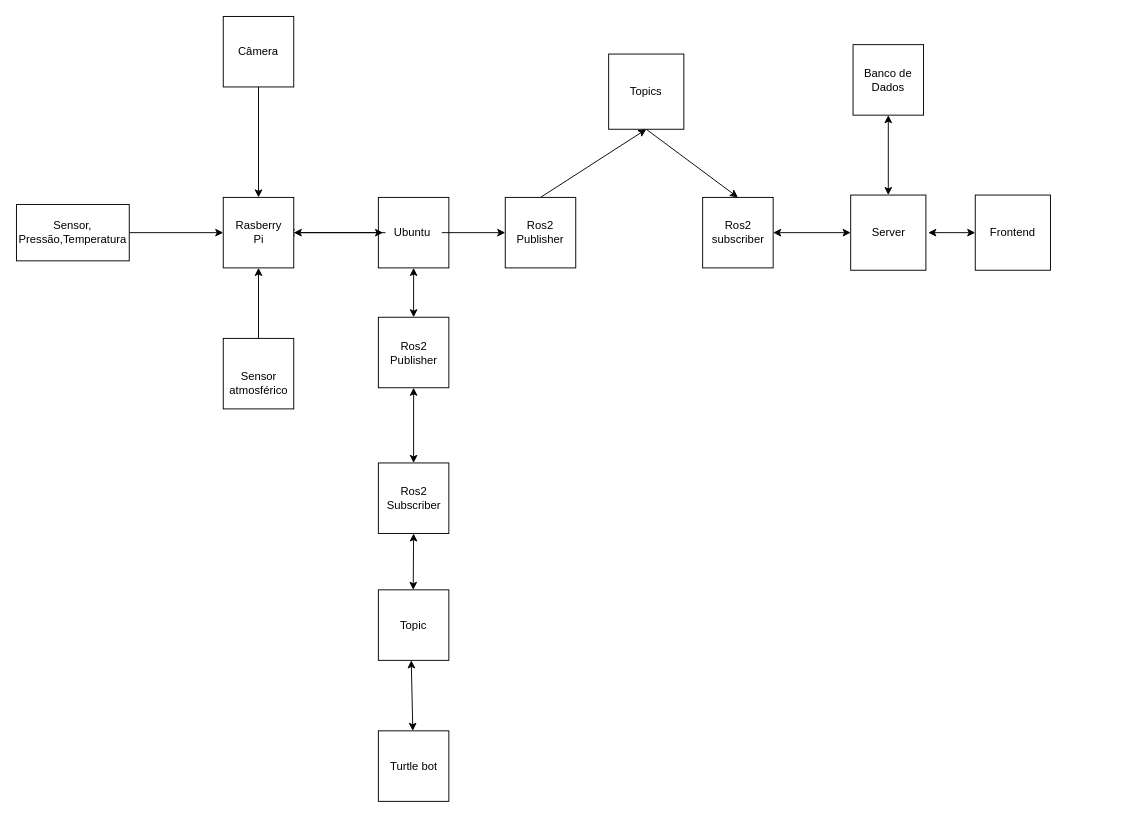
2023M6T2-Inteli/Grupo02 keeps this draw.io diagram as docs/media/diagrama_solução.drawio. Above is the earlier version. Source tidied: cells renumbered, new cells numbered last; positions are measured from the earlier drawing's top-left corner, leaving out a move shared by most shapes. Both pictures are drawn from the tidied source at 94%, with x=0, y=0 at pixel (16, 16).
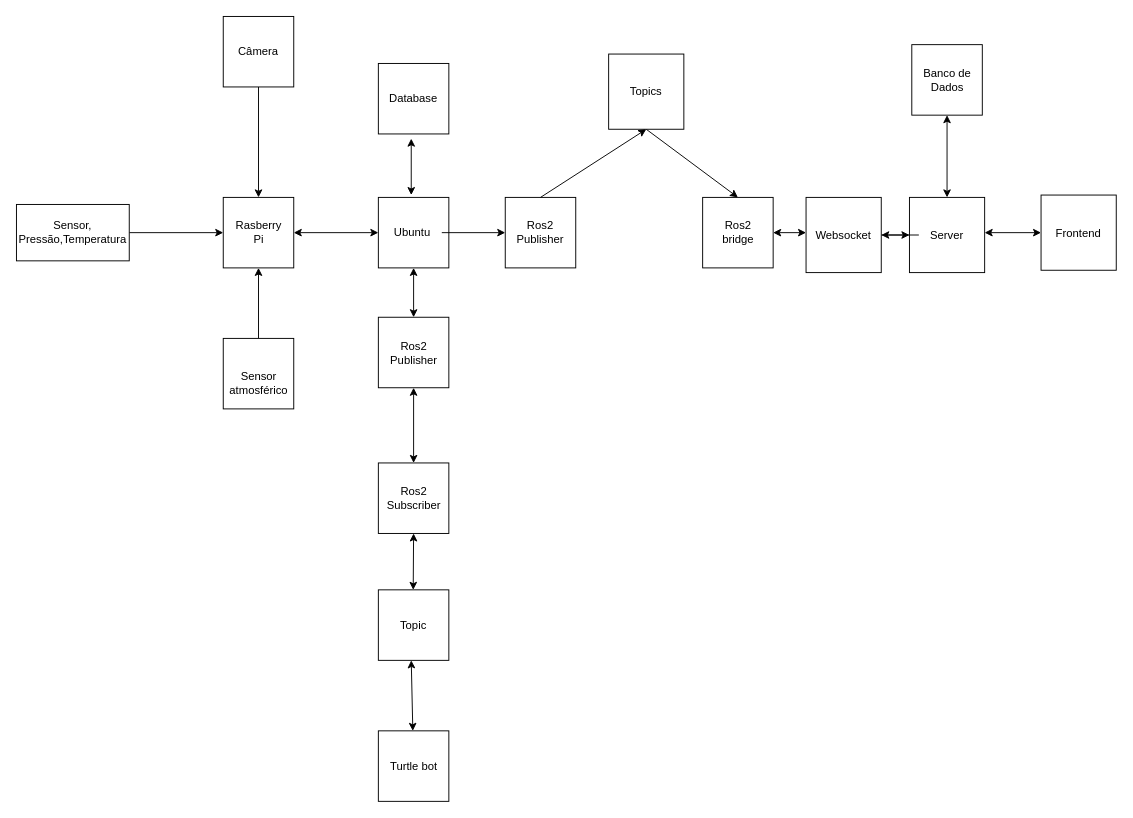
After the change.

Commit message (it also covers changes not shown here):
Atualização arquitetura da solucao

Unchanged cells that the change refers to:
```xml
<mxCell id="11" style="whiteSpace=wrap;html=1;" parent="1" vertex="1">
  <mxGeometry x="730" y="192.5" width="75" height="75" as="geometry" />
</mxCell>
<mxCell id="18" value="Ubuntu&amp;nbsp;" style="text;strokeColor=none;align=center;fillColor=none;html=1;verticalAlign=middle;whiteSpace=wrap;rounded=0;" parent="1" vertex="1">
  <mxGeometry x="392.5" y="215" width="60" height="30" as="geometry" />
</mxCell>
<mxCell id="19" style="whiteSpace=wrap;html=1;" parent="1" vertex="1">
  <mxGeometry x="220" y="192.5" width="75" height="75" as="geometry" />
</mxCell>
<mxCell id="21" value="Rasberry Pi" style="text;strokeColor=none;align=center;fillColor=none;html=1;verticalAlign=middle;whiteSpace=wrap;rounded=0;" parent="1" vertex="1">
  <mxGeometry x="227.5" y="215" width="60" height="30" as="geometry" />
</mxCell>
```

What changed in the source:
```diff
@@
     <mxCell id="4" value="Banco de Dados" style="whiteSpace=wrap;html=1;labelBackgroundColor=none;" parent="1" vertex="1">
-      <mxGeometry x="890" y="30" width="75" height="75" as="geometry" />
+      <mxGeometry x="952.5" y="30" width="75" height="75" as="geometry" />
     </mxCell>
     <mxCell id="5" style="whiteSpace=wrap;html=1;" parent="1" vertex="1">
-      <mxGeometry x="887.5" y="190" width="80" height="80" as="geometry" />
+      <mxGeometry x="950" y="192.5" width="80" height="80" as="geometry" />
     </mxCell>
     <mxCell id="6" style="whiteSpace=wrap;html=1;" parent="1" vertex="1">
-      <mxGeometry x="1020" y="190" width="80" height="80" as="geometry" />
+      <mxGeometry x="1090" y="190" width="80" height="80" as="geometry" />
     </mxCell>
@@
     <mxCell id="8" style="endArrow=classic;startArrow=classic;html=1;rounded=0;entryX=0;entryY=0.5;entryDx=0;entryDy=0;" parent="1" edge="1" target="6">
       <mxGeometry relative="1" as="geometry">
-        <mxPoint x="970" y="230" as="sourcePoint" />
+        <mxPoint x="1030" y="230" as="sourcePoint" />
       </mxGeometry>
     </mxCell>
     <mxCell id="9" value="Frontend" style="text;strokeColor=none;align=center;fillColor=none;html=1;verticalAlign=middle;whiteSpace=wrap;rounded=0;" parent="1" vertex="1">
-      <mxGeometry x="1030" y="215" width="60" height="30" as="geometry" />
+      <mxGeometry x="1100" y="216.2" width="60" height="30" as="geometry" />
     </mxCell>
+    <mxCell id="44" style="edgeStyle=orthogonalEdgeStyle;rounded=0;jettySize=auto;html=1;" parent="1" edge="1" source="10" target="46">
+      <mxGeometry relative="1" as="geometry" />
+    </mxCell>
     <mxCell id="10" value="Server" style="text;strokeColor=none;align=center;fillColor=none;html=1;verticalAlign=middle;whiteSpace=wrap;rounded=0;" parent="1" vertex="1">
-      <mxGeometry x="897.5" y="215" width="60" height="30" as="geometry" />
+      <mxGeometry x="960" y="217.5" width="60" height="30" as="geometry" />
     </mxCell>
@@
-    <mxCell id="12" value="Ros2 subscriber" style="text;strokeColor=none;align=center;fillColor=none;html=1;verticalAlign=middle;whiteSpace=wrap;rounded=0;" parent="1" vertex="1">
+    <mxCell id="12" value="Ros2 bridge" style="text;strokeColor=none;align=center;fillColor=none;html=1;verticalAlign=middle;whiteSpace=wrap;rounded=0;" parent="1" vertex="1">
       <mxGeometry x="737.5" y="215" width="60" height="30" as="geometry" />
     </mxCell>
@@
     <mxCell id="14" style="endArrow=classic;startArrow=classic;html=1;rounded=0;exitX=1;exitY=0.5;exitDx=0;exitDy=0;" parent="1" edge="1" source="11">
       <mxGeometry relative="1" as="geometry">
-        <mxPoint x="887.5" y="230" as="targetPoint" />
+        <mxPoint x="840" y="230" as="targetPoint" />
       </mxGeometry>
     </mxCell>
@@
-    <mxCell id="16" style="edgeStyle=orthogonalEdgeStyle;rounded=0;jettySize=auto;html=1;" parent="1" edge="1" source="18" target="21">
-      <mxGeometry relative="1" as="geometry" />
-    </mxCell>
@@
-    <mxCell id="20" style="endArrow=classic;startArrow=classic;html=1;rounded=0;exitX=1;exitY=0.5;exitDx=0;exitDy=0;" parent="1" edge="1" source="19">
-      <mxGeometry relative="1" as="geometry">
-        <mxPoint x="390" y="230" as="targetPoint" />
-      </mxGeometry>
-    </mxCell>
@@
+    <mxCell id="45" style="edgeStyle=orthogonalEdgeStyle;rounded=0;jettySize=auto;html=1;exitX=1;exitY=0.5;exitDx=0;exitDy=0;entryX=0;entryY=0.5;entryDx=0;entryDy=0;" parent="1" edge="1" source="46" target="5">
+      <mxGeometry relative="1" as="geometry" />
+    </mxCell>
+    <mxCell id="46" value="Websocket" style="whiteSpace=wrap;html=1;" parent="1" vertex="1">
+      <mxGeometry x="840" y="192.5" width="80" height="80" as="geometry" />
+    </mxCell>
+    <mxCell id="47" style="endArrow=classic;startArrow=classic;html=1;rounded=0;exitX=1;exitY=0.5;exitDx=0;exitDy=0;" parent="1" edge="1" source="19">
+      <mxGeometry relative="1" as="geometry">
+        <mxPoint x="385" y="230" as="targetPoint" />
+      </mxGeometry>
+    </mxCell>
+    <mxCell id="48" style="endArrow=classic;startArrow=classic;html=1;rounded=0;" parent="1" edge="1">
+      <mxGeometry relative="1" as="geometry">
+        <mxPoint x="420" y="190" as="sourcePoint" />
+        <mxPoint x="420" y="130" as="targetPoint" />
+      </mxGeometry>
+    </mxCell>
+    <mxCell id="49" value="Database" style="whiteSpace=wrap;html=1;" parent="1" vertex="1">
+      <mxGeometry x="385" y="50" width="75" height="75" as="geometry" />
+    </mxCell>
```
